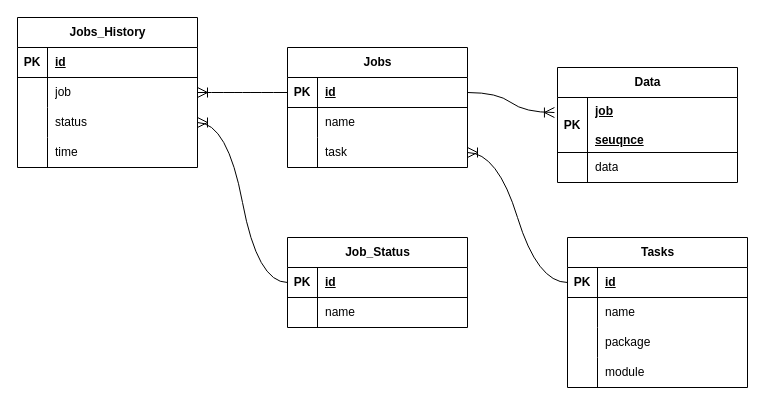
aecordoba/DynamicTransactionsProcessingSystem keeps this draw.io diagram as System/Database/DTPS - DER.drawio. Above is the earlier version. Source tidied: cells renumbered, new cells numbered last; positions are measured from the earlier drawing's top-left corner, leaving out a move shared by most shapes. Both pictures are drawn from the tidied source at 100%, with x=0, y=0 at pixel (17, 17).
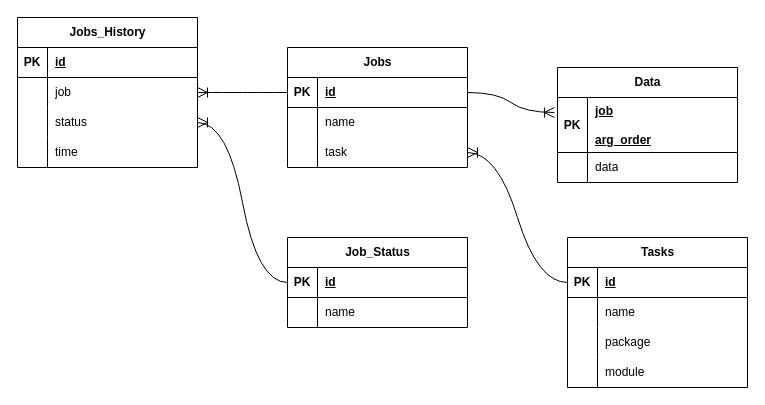
The same page after the edit.

The change refers to these unchanged cells:
```xml
<mxCell id="23" style="shape=tableRow;horizontal=0;startSize=0;swimlaneHead=0;swimlaneBody=0;fillColor=none;points=[[0,0.5],[1,0.5]];portConstraint=eastwest;top=0;left=0;right=0;bottom=1;" parent="22" vertex="1">
  <mxGeometry y="30" width="180" height="55" as="geometry" />
</mxCell>
```

The edit, as a diff of the source:
```diff
@@
-    <mxCell id="25" value="&lt;div&gt;job&lt;/div&gt;&lt;div&gt;&lt;br&gt;&lt;/div&gt;&lt;div&gt;seuqnce&lt;br&gt;&lt;/div&gt;" style="shape=partialRectangle;fillColor=none;top=0;left=0;bottom=0;right=0;align=left;spacingLeft=6;fontStyle=5;overflow=hidden;whiteSpace=wrap;html=1;" parent="23" vertex="1">
+    <mxCell id="25" value="&lt;div&gt;job&lt;/div&gt;&lt;div&gt;&lt;br&gt;&lt;/div&gt;&lt;div&gt;arg_order&lt;br&gt;&lt;/div&gt;" style="shape=partialRectangle;fillColor=none;top=0;left=0;bottom=0;right=0;align=left;spacingLeft=6;fontStyle=5;overflow=hidden;whiteSpace=wrap;html=1;" parent="23" vertex="1">
       <mxGeometry x="30" width="150" height="55" as="geometry" />
     </mxCell>
```
